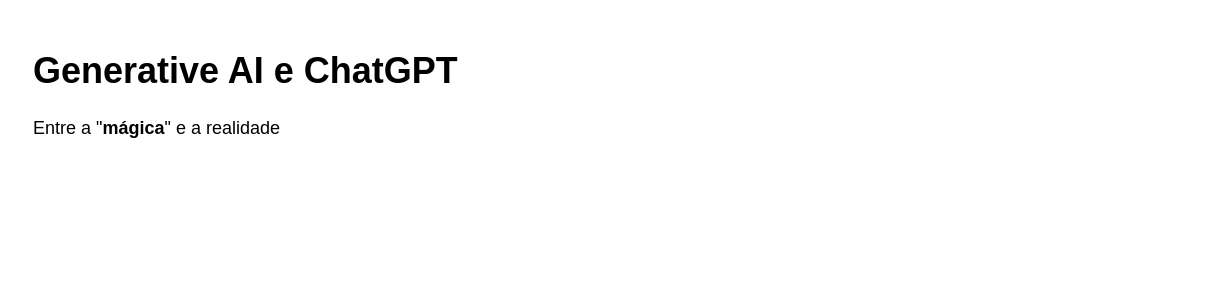
Before: Diagrama sem nome.drawio in jpleiser/IA-Generative, a draw.io diagram. Source tidied: cells renumbered, new cells numbered last; positions are measured from the earlier drawing's top-left corner, leaving out a move shared by most shapes. Both pictures are drawn from the tidied source at 150%, with x=0, y=0 at pixel (26, 40).
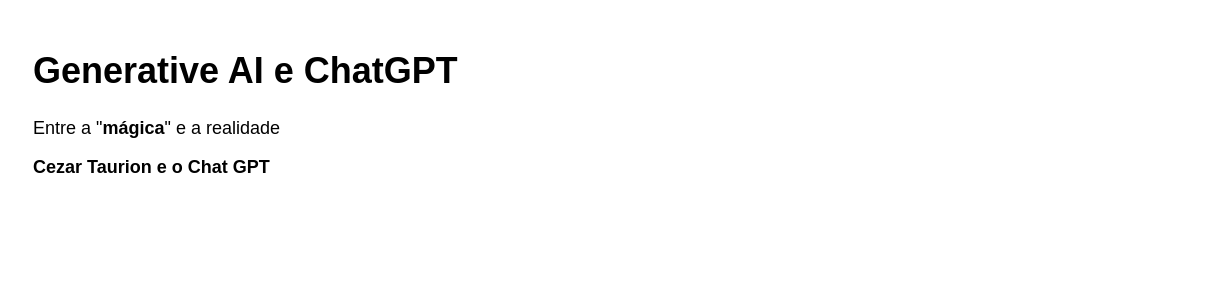
The same diagram, later.

What changed in the source:
```diff
@@
 <mxGraphModel>
   <root>
     <mxCell id="0" />
     <mxCell id="1" parent="0" />
-    <mxCell id="2" value="&lt;h1&gt;Generative AI e ChatGPT&lt;/h1&gt;&lt;p&gt;Entre a &quot;&lt;b&gt;mágica&lt;/b&gt;&quot; e a realidade&lt;/p&gt;" style="text;html=1;strokeColor=none;fillColor=none;spacing=5;spacingTop=-20;whiteSpace=wrap;overflow=hidden;rounded=0;" parent="1" vertex="1">
-      <mxGeometry width="780" height="120" as="geometry" />
+    <mxCell id="2" value="&lt;h1&gt;Generative AI e ChatGPT&lt;/h1&gt;&lt;p&gt;Entre a &quot;&lt;b&gt;mágica&lt;/b&gt;&quot; e a realidade&lt;/p&gt;&lt;p style=&quot;text-align: justify;&quot;&gt;&lt;b&gt;Cezar Taurion e o Chat GPT&lt;/b&gt;&lt;/p&gt;" style="text;html=1;strokeColor=none;fillColor=none;spacing=5;spacingTop=-20;whiteSpace=wrap;overflow=hidden;rounded=0;" parent="1" vertex="1">
+      <mxGeometry width="770" height="160" as="geometry" />
     </mxCell>
   </root>
 </mxGraphModel>
```
